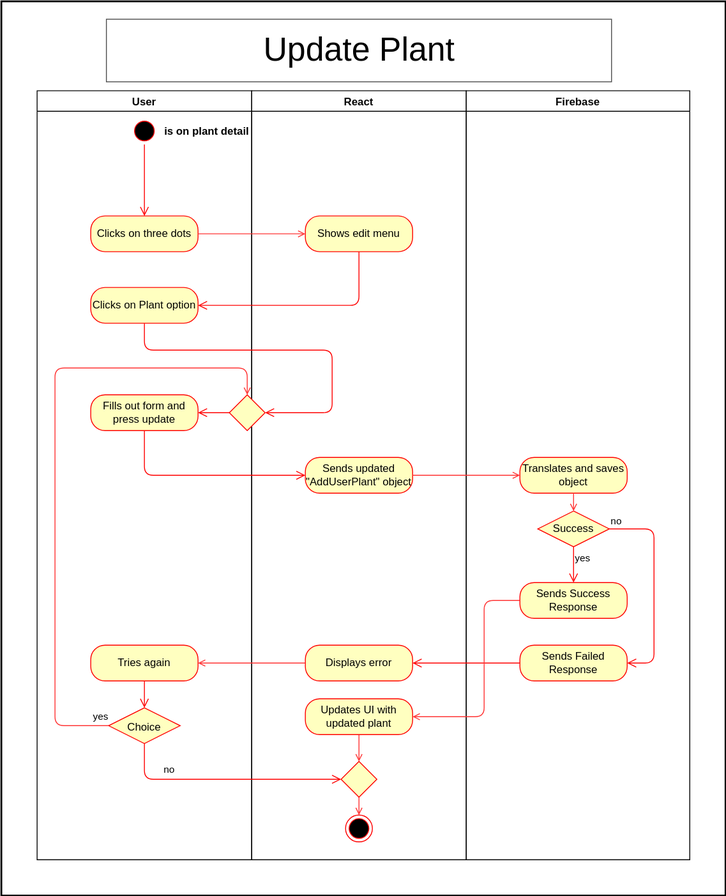
Above: docs/assets/svg/useCaseDiagrams/updatePlant.drawio.svg in Green-Fingers-App/gardeningApp (draw.io), before the change. Source tidied: cells renumbered, new cells last; positions are measured from the earlier drawing's top-left corner, leaving out a move shared by most shapes.
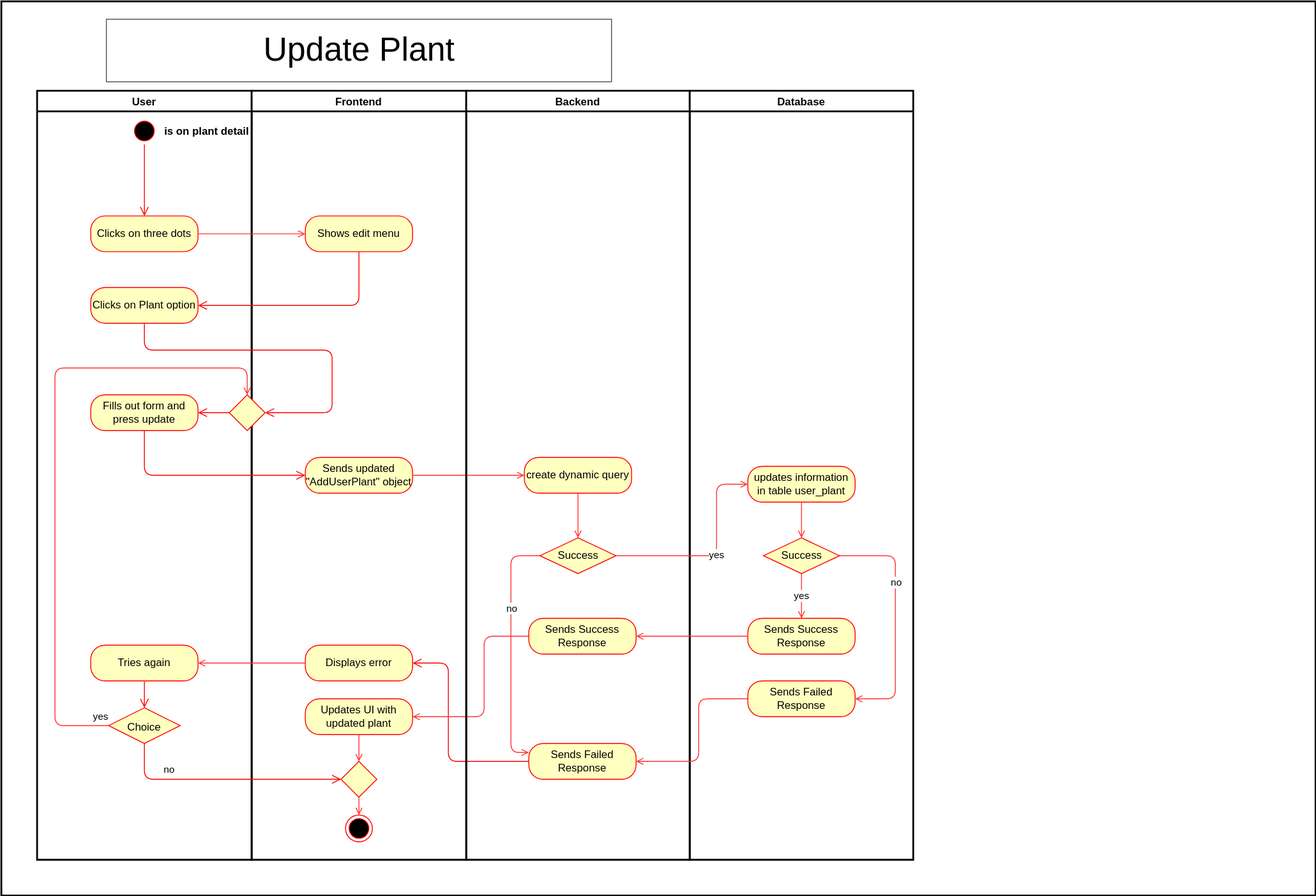
Above is the later version.

The edit, as a diff of the source:
```diff
@@ -3,9 +3,9 @@
     <mxCell id="0" />
     <mxCell id="1" parent="0" />
     <mxCell id="2" style="rounded=0;whiteSpace=wrap;html=1;strokeColor=#000000;fillColor=#FFFFFF;strokeWidth=2;" parent="1" vertex="1">
-      <mxGeometry width="810" height="1000" as="geometry" />
+      <mxGeometry width="1470" height="1000" as="geometry" />
     </mxCell>
-    <mxCell id="3" value="User" style="swimlane;strokeColor=#050505;fillColor=#FFFFFF;fontColor=#000000;" parent="1" vertex="1">
+    <mxCell id="3" value="User" style="swimlane;strokeColor=#050505;fillColor=#FFFFFF;fontColor=#000000;strokeWidth=2;" parent="1" vertex="1">
       <mxGeometry x="40" y="100" width="240" height="860" as="geometry" />
     </mxCell>
     <mxCell id="4" style="ellipse;html=1;shape=startState;fillColor=#000000;strokeColor=#ff0000;fontColor=#050505;" parent="3" vertex="1">
@@ -23,7 +23,7 @@
     <mxCell id="8" value="&lt;font style=&quot;font-size: 12px;&quot;&gt;Choice&lt;/font&gt;" style="rhombus;whiteSpace=wrap;html=1;fillColor=#ffffc0;strokeColor=#ff0000;fontSize=18;" parent="3" vertex="1">
       <mxGeometry x="80" y="690" width="80" height="40" as="geometry" />
     </mxCell>
-    <mxCell id="9" value="React" style="swimlane;strokeColor=#050505;fillColor=#FFFFFF;fontColor=#050505;startSize=23;" parent="1" vertex="1">
+    <mxCell id="9" value="Frontend" style="swimlane;strokeColor=#050505;fillColor=#FFFFFF;fontColor=#050505;startSize=23;strokeWidth=2;" parent="1" vertex="1">
       <mxGeometry x="280" y="100" width="240" height="860" as="geometry" />
     </mxCell>
     <mxCell id="10" style="rounded=0;whiteSpace=wrap;html=1;strokeColor=#FFFFFF;fillColor=#FFFFFF;" parent="9" vertex="1">
@@ -53,35 +53,6 @@
     <mxCell id="18" value="Sends updated &quot;AddUserPlant&quot; object" style="rounded=1;whiteSpace=wrap;html=1;arcSize=40;fontColor=#000000;fillColor=#ffffc0;strokeColor=#ff0000;" parent="9" vertex="1">
       <mxGeometry x="60" y="410" width="120" height="40" as="geometry" />
     </mxCell>
-    <mxCell id="19" value="Firebase" style="swimlane;strokeColor=#050505;fillColor=#FFFFFF;fontColor=#050505;" parent="1" vertex="1">
-      <mxGeometry x="520" y="100" width="250" height="860" as="geometry" />
-    </mxCell>
-    <mxCell id="20" value="Translates and saves object" style="rounded=1;whiteSpace=wrap;html=1;arcSize=40;fontColor=#000000;fillColor=#ffffc0;strokeColor=#ff0000;" parent="19" vertex="1">
-      <mxGeometry x="60" y="410" width="120" height="40" as="geometry" />
-    </mxCell>
-    <mxCell id="21" value="Sends Success Response" style="rounded=1;whiteSpace=wrap;html=1;arcSize=40;fontColor=#000000;fillColor=#ffffc0;strokeColor=#ff0000;" parent="19" vertex="1">
-      <mxGeometry x="60" y="550" width="120" height="40" as="geometry" />
-    </mxCell>
-    <mxCell id="22" value="Sends Failed Response" style="rounded=1;whiteSpace=wrap;html=1;arcSize=40;fontColor=#000000;fillColor=#ffffc0;strokeColor=#ff0000;" parent="19" vertex="1">
-      <mxGeometry x="60" y="620" width="120" height="40" as="geometry" />
-    </mxCell>
-    <mxCell id="23" value="Success" style="rhombus;whiteSpace=wrap;html=1;fillColor=#ffffc0;strokeColor=#ff0000;" parent="19" vertex="1">
-      <mxGeometry x="80" y="470" width="80" height="40" as="geometry" />
-    </mxCell>
-    <mxCell id="24" value="no" style="edgeStyle=orthogonalEdgeStyle;html=1;align=left;verticalAlign=bottom;endArrow=open;endSize=8;strokeColor=#ff0000;entryX=1;entryY=0.5;entryDx=0;entryDy=0;" parent="19" edge="1" source="23" target="22">
-      <mxGeometry x="-1" relative="1" as="geometry">
-        <Array as="points">
-          <mxPoint x="210" y="490" />
-          <mxPoint x="210" y="640" />
-        </Array>
-      </mxGeometry>
-    </mxCell>
-    <mxCell id="25" value="yes" style="edgeStyle=orthogonalEdgeStyle;html=1;align=left;verticalAlign=top;endArrow=open;endSize=8;strokeColor=#ff0000;" parent="19" edge="1" source="23" target="21">
-      <mxGeometry x="-1" relative="1" as="geometry" />
-    </mxCell>
-    <mxCell id="26" style="edgeStyle=none;html=1;entryX=0.5;entryY=0;entryDx=0;entryDy=0;strokeColor=#FF3333;endArrow=open;endFill=0;" parent="19" edge="1" source="20" target="23">
-      <mxGeometry relative="1" as="geometry" />
-    </mxCell>
     <mxCell id="27" style="edgeStyle=orthogonalEdgeStyle;html=1;verticalAlign=bottom;endArrow=open;endSize=8;strokeColor=#ff0000;entryX=1;entryY=0.5;entryDx=0;entryDy=0;" parent="1" edge="1" source="12" target="29">
       <mxGeometry relative="1" as="geometry">
         <Array as="points">
@@ -117,20 +88,17 @@
         </Array>
       </mxGeometry>
     </mxCell>
-    <mxCell id="34" style="edgeStyle=none;html=1;strokeColor=#FF3333;endArrow=open;endFill=0;" parent="1" edge="1" source="18" target="20">
+    <mxCell id="34" style="edgeStyle=none;html=1;strokeColor=#FF3333;endArrow=open;endFill=0;entryX=0;entryY=0.5;entryDx=0;entryDy=0;" parent="1" edge="1" source="18" target="47">
       <mxGeometry relative="1" as="geometry" />
     </mxCell>
-    <mxCell id="35" style="edgeStyle=orthogonalEdgeStyle;html=1;verticalAlign=bottom;endArrow=open;endSize=8;strokeColor=#ff0000;" parent="1" edge="1" source="22" target="16">
-      <mxGeometry relative="1" as="geometry" />
+    <mxCell id="35" style="edgeStyle=orthogonalEdgeStyle;html=1;verticalAlign=bottom;endArrow=open;endSize=8;strokeColor=#ff0000;exitX=0;exitY=0.5;exitDx=0;exitDy=0;" parent="1" edge="1" source="49" target="16">
+      <mxGeometry relative="1" as="geometry">
+        <Array as="points">
+          <mxPoint x="500" y="850" />
+          <mxPoint x="500" y="740" />
+        </Array>
+      </mxGeometry>
     </mxCell>
-    <mxCell id="36" style="edgeStyle=none;html=1;entryX=1;entryY=0.5;entryDx=0;entryDy=0;strokeColor=#FF3333;endArrow=open;endFill=0;" parent="1" edge="1" source="21" target="14">
-      <mxGeometry relative="1" as="geometry">
-        <Array as="points">
-          <mxPoint x="540" y="670" />
-          <mxPoint x="540" y="800" />
-        </Array>
-      </mxGeometry>
-    </mxCell>
     <mxCell id="37" value="yes" style="edgeStyle=none;html=1;entryX=0;entryY=0.5;entryDx=0;entryDy=0;strokeColor=#FF3333;endArrow=open;endFill=0;startArrow=none;" parent="1" edge="1" source="8" target="38">
       <mxGeometry x="-0.97" y="-10" relative="1" as="geometry">
         <Array as="points">
@@ -162,5 +130,96 @@
     <mxCell id="43" value="&lt;font style=&quot;background-color: rgb(255, 255, 255); font-size: 37px;&quot; color=&quot;#000000&quot;&gt;Update Plant&lt;/font&gt;" style="rounded=0;whiteSpace=wrap;html=1;fillColor=#FFFFFF;strokeColor=#4D4D4D;" parent="1" vertex="1">
       <mxGeometry x="117.5" y="20" width="565" height="70" as="geometry" />
     </mxCell>
+    <mxCell id="44" style="edgeStyle=none;html=1;entryX=1;entryY=0.5;entryDx=0;entryDy=0;strokeColor=#FF3333;endArrow=open;endFill=0;exitX=0;exitY=0.5;exitDx=0;exitDy=0;" parent="1" edge="1" source="48">
+      <mxGeometry relative="1" as="geometry">
+        <mxPoint x="460" y="800" as="targetPoint" />
+        <Array as="points">
+          <mxPoint x="540" y="710" />
+          <mxPoint x="540" y="800" />
+        </Array>
+      </mxGeometry>
+    </mxCell>
+    <mxCell id="45" value="Backend" style="swimlane;strokeColor=#050505;fillColor=#FFFFFF;fontColor=#050505;strokeWidth=2;" parent="1" vertex="1">
+      <mxGeometry x="520" y="100" width="250" height="860" as="geometry" />
+    </mxCell>
+    <mxCell id="46" style="edgeStyle=none;html=1;strokeColor=#FF3333;rounded=1;curved=0;endArrow=open;endFill=0;" parent="45" edge="1" source="47" target="52">
+      <mxGeometry relative="1" as="geometry" />
+    </mxCell>
+    <mxCell id="47" value="create dynamic query" style="rounded=1;whiteSpace=wrap;html=1;arcSize=40;fontColor=#000000;fillColor=#ffffc0;strokeColor=#ff0000;" parent="45" vertex="1">
+      <mxGeometry x="65" y="410" width="120" height="40" as="geometry" />
+    </mxCell>
+    <mxCell id="48" value="Sends Success Response" style="rounded=1;whiteSpace=wrap;html=1;arcSize=40;fontColor=#000000;fillColor=#ffffc0;strokeColor=#ff0000;" parent="45" vertex="1">
+      <mxGeometry x="70" y="590" width="120" height="40" as="geometry" />
+    </mxCell>
+    <mxCell id="49" value="Sends Failed Response" style="rounded=1;whiteSpace=wrap;html=1;arcSize=40;fontColor=#000000;fillColor=#ffffc0;strokeColor=#ff0000;" parent="45" vertex="1">
+      <mxGeometry x="70" y="730" width="120" height="40" as="geometry" />
+    </mxCell>
+    <mxCell id="50" style="edgeStyle=none;html=1;entryX=0;entryY=0.25;entryDx=0;entryDy=0;strokeColor=#FF3333;endArrow=open;endFill=0;" parent="45" edge="1" source="52" target="49">
+      <mxGeometry relative="1" as="geometry">
+        <Array as="points">
+          <mxPoint x="50" y="520" />
+          <mxPoint x="50" y="740" />
+        </Array>
+      </mxGeometry>
+    </mxCell>
+    <mxCell id="51" value="no" style="edgeLabel;html=1;align=center;verticalAlign=middle;" parent="50" vertex="1">
+      <mxGeometry x="-0.34" relative="1" as="geometry">
+        <mxPoint y="1" as="offset" />
+      </mxGeometry>
+    </mxCell>
+    <mxCell id="52" value="Success" style="rhombus;whiteSpace=wrap;html=1;fillColor=#ffffc0;strokeColor=#ff0000;" parent="45" vertex="1">
+      <mxGeometry x="82.5" y="500" width="85" height="40" as="geometry" />
+    </mxCell>
+    <mxCell id="53" value="Database" style="swimlane;strokeColor=#050505;fillColor=#FFFFFF;fontColor=#050505;strokeWidth=2;" parent="1" vertex="1">
+      <mxGeometry x="770" y="100" width="250" height="860" as="geometry" />
+    </mxCell>
+    <mxCell id="54" style="edgeStyle=none;html=1;entryX=0.5;entryY=0;entryDx=0;entryDy=0;strokeColor=#FF3333;endArrow=open;endFill=0;" parent="53" edge="1" source="55" target="61">
+      <mxGeometry relative="1" as="geometry" />
+    </mxCell>
+    <mxCell id="55" value="updates information in table user_plant" style="rounded=1;whiteSpace=wrap;html=1;arcSize=40;fontColor=#000000;fillColor=#ffffc0;strokeColor=#ff0000;" parent="53" vertex="1">
+      <mxGeometry x="65" y="420" width="120" height="40" as="geometry" />
+    </mxCell>
+    <mxCell id="56" value="Sends Success Response" style="rounded=1;whiteSpace=wrap;html=1;arcSize=40;fontColor=#000000;fillColor=#ffffc0;strokeColor=#ff0000;" parent="53" vertex="1">
+      <mxGeometry x="65" y="590" width="120" height="40" as="geometry" />
+    </mxCell>
+    <mxCell id="57" value="Sends Failed Response" style="rounded=1;whiteSpace=wrap;html=1;arcSize=40;fontColor=#000000;fillColor=#ffffc0;strokeColor=#ff0000;" parent="53" vertex="1">
+      <mxGeometry x="65" y="660" width="120" height="40" as="geometry" />
+    </mxCell>
+    <mxCell id="58" value="yes" style="edgeStyle=none;html=1;entryX=0.5;entryY=0;entryDx=0;entryDy=0;exitX=0.5;exitY=1;exitDx=0;exitDy=0;strokeColor=#FF3333;endArrow=open;endFill=0;" parent="53" edge="1" source="61" target="56">
+      <mxGeometry relative="1" as="geometry" />
+    </mxCell>
+    <mxCell id="59" style="edgeStyle=none;html=1;entryX=1;entryY=0.5;entryDx=0;entryDy=0;strokeColor=#FF3333;endArrow=open;endFill=0;" parent="53" edge="1" source="61" target="57">
+      <mxGeometry relative="1" as="geometry">
+        <Array as="points">
+          <mxPoint x="230" y="520" />
+          <mxPoint x="230" y="680" />
+        </Array>
+      </mxGeometry>
+    </mxCell>
+    <mxCell id="60" value="no" style="edgeLabel;html=1;align=center;verticalAlign=middle;" parent="59" vertex="1">
+      <mxGeometry x="-0.31" relative="1" as="geometry" />
+    </mxCell>
+    <mxCell id="61" value="Success" style="rhombus;whiteSpace=wrap;html=1;fillColor=#ffffc0;strokeColor=#ff0000;" parent="53" vertex="1">
+      <mxGeometry x="82.5" y="500" width="85" height="40" as="geometry" />
+    </mxCell>
+    <mxCell id="62" style="edgeStyle=none;html=1;strokeColor=#FF3333;endArrow=open;endFill=0;" parent="1" edge="1" source="56" target="48">
+      <mxGeometry relative="1" as="geometry" />
+    </mxCell>
+    <mxCell id="63" style="edgeStyle=none;html=1;entryX=1;entryY=0.5;entryDx=0;entryDy=0;strokeColor=#FF3333;endArrow=open;endFill=0;" parent="1" edge="1" source="57" target="49">
+      <mxGeometry relative="1" as="geometry">
+        <Array as="points">
+          <mxPoint x="780" y="780" />
+          <mxPoint x="780" y="850" />
+        </Array>
+      </mxGeometry>
+    </mxCell>
+    <mxCell id="64" value="yes" style="edgeStyle=none;html=1;entryX=0;entryY=0.5;entryDx=0;entryDy=0;strokeColor=#FF3333;endArrow=open;endFill=0;" parent="1" edge="1" source="52" target="55">
+      <mxGeometry relative="1" as="geometry">
+        <Array as="points">
+          <mxPoint x="800" y="620" />
+          <mxPoint x="800" y="540" />
+        </Array>
+      </mxGeometry>
+    </mxCell>
   </root>
 </mxGraphModel>
```
